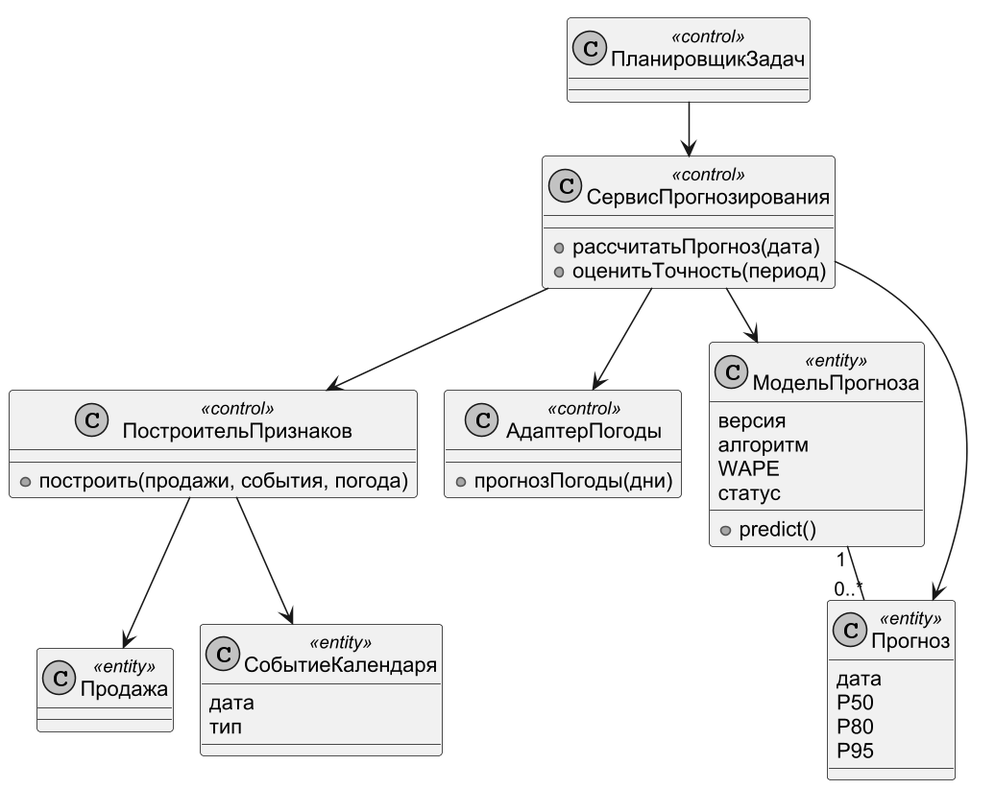
Earlier version of the PlantUML export diagrams/uml_vopc_1.png (DarkSwordman999/flower-demand-planning).
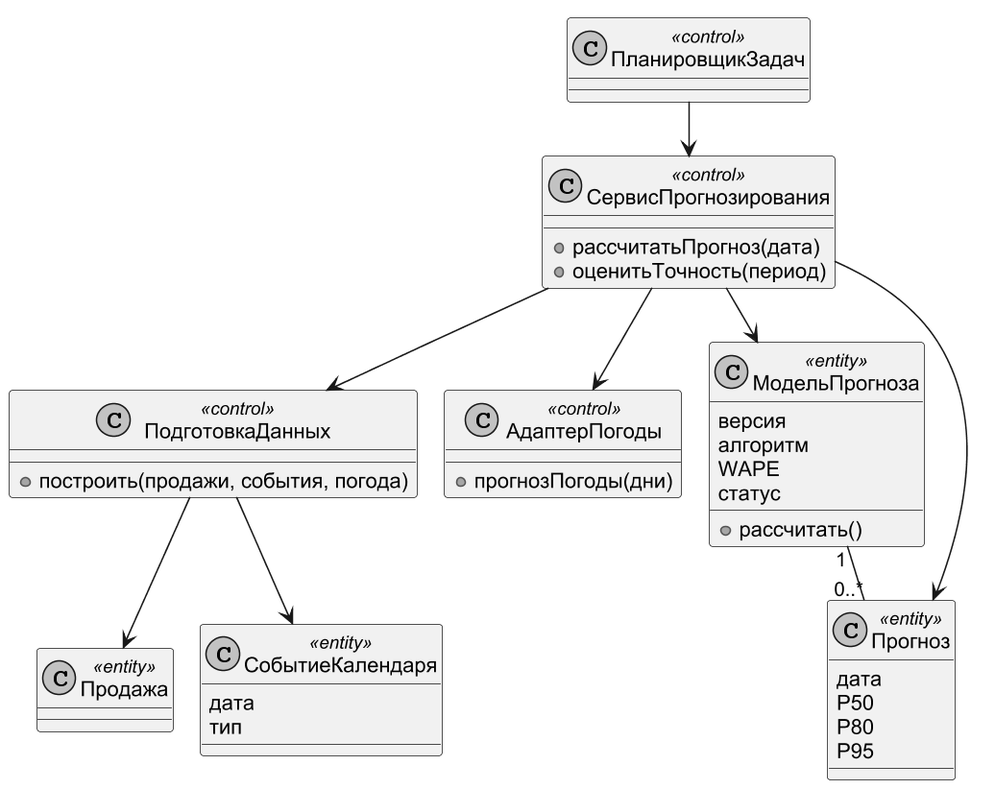
The same file after the commit.

What changed in the source:
```diff
@@ -9,7 +9,7 @@
  +рассчитатьПрогноз(дата)
  +оценитьТочность(период)
 }
-class ПостроительПризнаков <<control>> {
+class ПодготовкаДанных <<control>> {
  +построить(продажи, события, погода)
 }
 class АдаптерПогоды <<control>> {
@@ -20,7 +20,7 @@
  алгоритм
  WAPE
  статус
- +predict()
+ +рассчитать()
 }
 class Прогноз <<entity>> {
  дата
@@ -34,11 +34,11 @@
  тип
 }
 ПланировщикЗадач --> СервисПрогнозирования
-СервисПрогнозирования --> ПостроительПризнаков
+СервисПрогнозирования --> ПодготовкаДанных
 СервисПрогнозирования --> АдаптерПогоды
 СервисПрогнозирования --> МодельПрогноза
 СервисПрогнозирования --> Прогноз
-ПостроительПризнаков --> Продажа
-ПостроительПризнаков --> СобытиеКалендаря
+ПодготовкаДанных --> Продажа
+ПодготовкаДанных --> СобытиеКалендаря
 МодельПрогноза "1" -- "0..*" Прогноз
 @enduml
```
